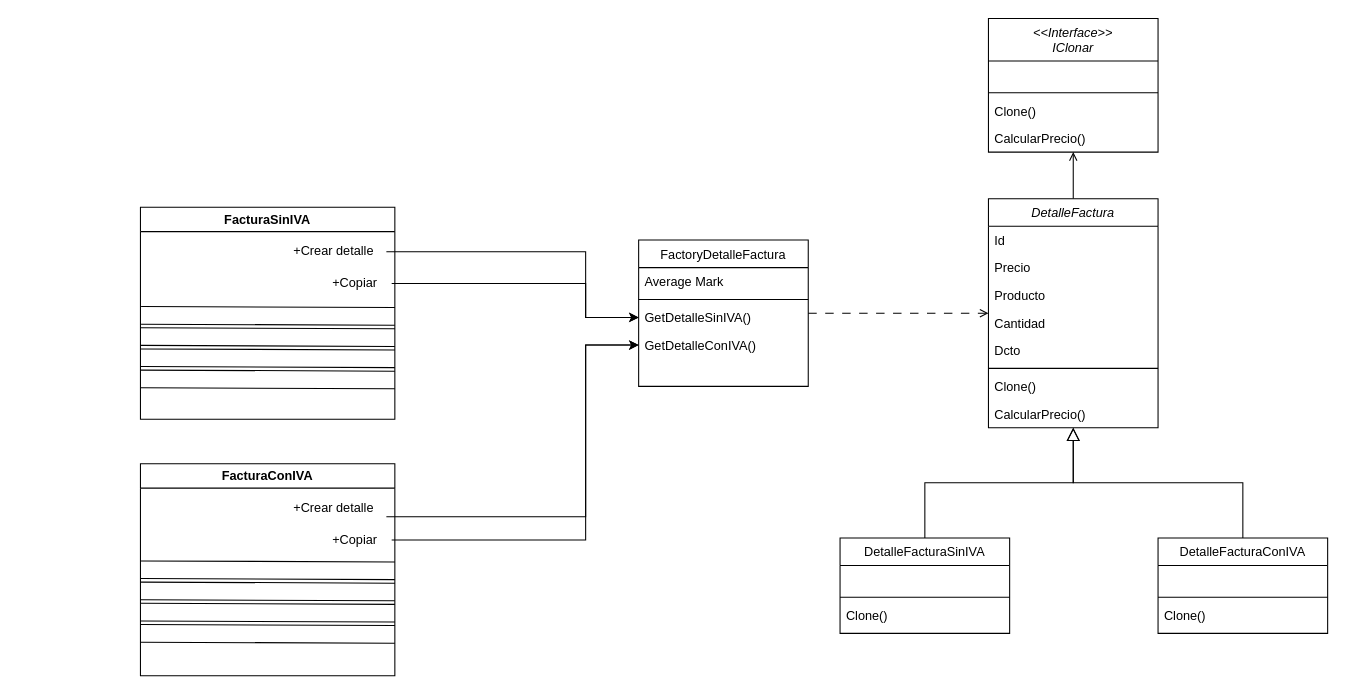
david-med/archivos keeps this draw.io diagram as PrototypeExample.drawio. Above is the earlier version. Source tidied: cells renumbered, new cells numbered last; positions are measured from the earlier drawing's top-left corner, leaving out a move shared by most shapes. Both pictures are drawn from the tidied source at 106%, with x=0, y=0 at pixel (140, 18).
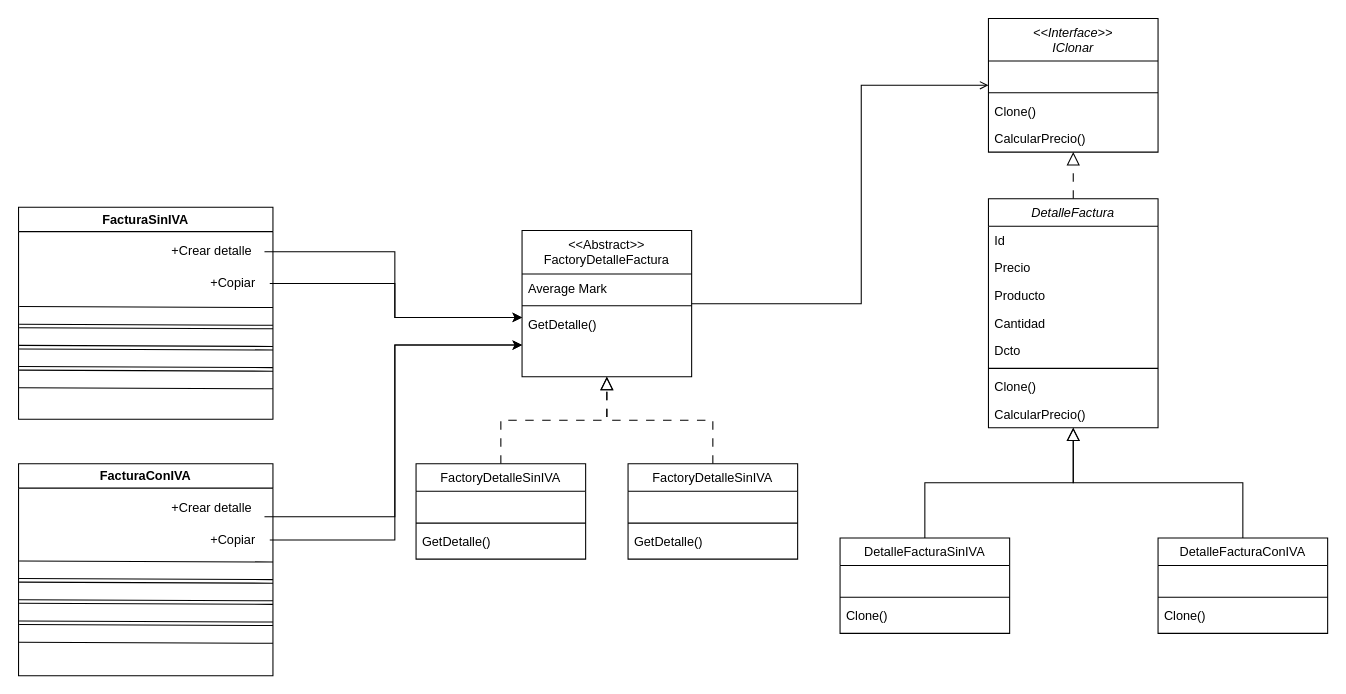
The same page after the edit.

The change refers to these unchanged cells:
```xml
<mxCell id="3" value="DetalleFactura" style="swimlane;fontStyle=2;align=center;verticalAlign=top;horizontal=1;startSize=26;rounded=0;shadow=0;strokeWidth=1;" parent="1" vertex="1">
  <mxGeometry x="800" y="170" width="160" height="216" as="geometry" />
</mxCell>
<mxCell id="23" value="&lt;&lt;Interface&gt;&gt;&#10;IClonar" style="swimlane;fontStyle=2;align=center;verticalAlign=top;horizontal=1;startSize=40;rounded=0;shadow=0;strokeWidth=1;swimlaneHead=1;" parent="1" vertex="1">
  <mxGeometry x="800" width="160" height="126" as="geometry" />
</mxCell>
<mxCell id="34" value="+Crear detalle" style="text;html=1;align=center;verticalAlign=middle;points=[];strokeColor=none;fillColor=none;" parent="33" vertex="1">
  <mxGeometry x="132" y="27" width="100" height="30" as="geometry" />
</mxCell>
<mxCell id="35" value="+Copiar" style="text;html=1;align=center;verticalAlign=middle;points=[];strokeColor=none;fillColor=none;" parent="33" vertex="1">
  <mxGeometry x="167" y="57" width="70" height="30" as="geometry" />
</mxCell>
<mxCell id="43" value="+Crear detalle" style="text;html=1;align=center;verticalAlign=middle;points=[];strokeColor=none;fillColor=none;" parent="42" vertex="1">
  <mxGeometry x="132" y="27" width="100" height="30" as="geometry" />
</mxCell>
<mxCell id="44" value="+Copiar" style="text;html=1;align=center;verticalAlign=middle;points=[];strokeColor=none;fillColor=none;" parent="42" vertex="1">
  <mxGeometry x="167" y="57" width="70" height="30" as="geometry" />
</mxCell>
```

What changed in the source:
```diff
@@
-    <mxCell id="2" style="edgeStyle=orthogonalEdgeStyle;rounded=0;jettySize=auto;html=1;endArrow=open;endFill=0;" parent="1" edge="1" source="3" target="23">
+    <mxCell id="2" style="edgeStyle=orthogonalEdgeStyle;rounded=0;jettySize=auto;html=1;endArrow=block;endFill=0;dashed=1;dashPattern=8 8;endSize=10;" parent="1" edge="1" source="3" target="23">
       <mxGeometry relative="1" as="geometry" />
     </mxCell>
@@
-    <mxCell id="12" style="edgeStyle=orthogonalEdgeStyle;rounded=0;jettySize=auto;html=1;endArrow=open;endFill=0;dashed=1;dashPattern=8 8;" parent="1" edge="1" source="13" target="3">
-      <mxGeometry relative="1" as="geometry" />
+    <mxCell id="12" style="edgeStyle=orthogonalEdgeStyle;rounded=0;jettySize=auto;html=1;endArrow=open;endFill=0;" parent="1" edge="1" source="13" target="23">
+      <mxGeometry relative="1" as="geometry">
+        <Array as="points">
+          <mxPoint x="680" y="269" />
+          <mxPoint x="680" y="63" />
+        </Array>
+      </mxGeometry>
     </mxCell>
-    <mxCell id="13" value="FactoryDetalleFactura" style="swimlane;fontStyle=0;align=center;verticalAlign=top;horizontal=1;startSize=26;rounded=0;shadow=0;strokeWidth=1;" parent="1" vertex="1">
-      <mxGeometry x="470" y="209" width="160" height="138" as="geometry" />
+    <mxCell id="13" value="&lt;&lt;Abstract&gt;&gt;&#10;FactoryDetalleFactura" style="swimlane;fontStyle=0;align=center;verticalAlign=top;horizontal=1;startSize=41;rounded=0;shadow=0;strokeWidth=1;" parent="1" vertex="1">
+      <mxGeometry x="360" y="200" width="160" height="138" as="geometry" />
     </mxCell>
     <mxCell id="14" value="Average Mark" style="text;align=left;verticalAlign=top;spacingLeft=4;spacingRight=4;overflow=hidden;rounded=0;shadow=0;html=0;" parent="13" vertex="1">
-      <mxGeometry y="26" width="160" height="26" as="geometry" />
+      <mxGeometry y="41" width="160" height="26" as="geometry" />
     </mxCell>
     <mxCell id="15" style="line;html=1;strokeWidth=1;align=left;verticalAlign=middle;spacingTop=-1;spacingLeft=3;spacingRight=3;labelPosition=right;" parent="13" vertex="1">
-      <mxGeometry y="52" width="160" height="8" as="geometry" />
+      <mxGeometry y="67" width="160" height="8" as="geometry" />
     </mxCell>
-    <mxCell id="16" value="GetDetalleSinIVA()" style="text;align=left;verticalAlign=top;spacingLeft=4;spacingRight=4;overflow=hidden;points=[[0,0.5],[1,0.5]];portConstraint=eastwest;fontStyle=0;" parent="13" vertex="1">
-      <mxGeometry y="60" width="160" height="26" as="geometry" />
+    <mxCell id="16" value="GetDetalle()" style="text;align=left;verticalAlign=top;spacingLeft=4;spacingRight=4;overflow=hidden;points=[[0,0.5],[1,0.5]];portConstraint=eastwest;fontStyle=0;" parent="13" vertex="1">
+      <mxGeometry y="75" width="160" height="26" as="geometry" />
     </mxCell>
-    <mxCell id="17" value="GetDetalleConIVA()" style="text;align=left;verticalAlign=top;spacingLeft=4;spacingRight=4;overflow=hidden;points=[[0,0.5],[1,0.5]];portConstraint=eastwest;" parent="13" vertex="1">
-      <mxGeometry y="86" width="160" height="26" as="geometry" />
-    </mxCell>
@@
     <mxCell id="33" value="FacturaSinIVA" style="swimlane;whiteSpace=wrap;html=1;" parent="1" vertex="1">
-      <mxGeometry y="178" width="240" height="200" as="geometry" />
+      <mxGeometry x="-115" y="178" width="240" height="200" as="geometry" />
     </mxCell>
@@
     <mxCell id="40" style="edgeStyle=orthogonalEdgeStyle;rounded=0;jettySize=auto;html=1;" parent="1" edge="1" source="34" target="16">
       <mxGeometry relative="1" as="geometry">
         <Array as="points">
-          <mxPoint x="420" y="220" />
-          <mxPoint x="420" y="282" />
+          <mxPoint x="240" y="220" />
+          <mxPoint x="240" y="282" />
         </Array>
       </mxGeometry>
     </mxCell>
     <mxCell id="41" style="edgeStyle=orthogonalEdgeStyle;rounded=0;jettySize=auto;html=1;" parent="1" edge="1" source="35" target="16">
       <mxGeometry relative="1" as="geometry">
         <Array as="points">
-          <mxPoint x="420" y="250" />
-          <mxPoint x="420" y="282" />
+          <mxPoint x="240" y="250" />
+          <mxPoint x="240" y="282" />
         </Array>
       </mxGeometry>
     </mxCell>
     <mxCell id="42" value="FacturaConIVA" style="swimlane;whiteSpace=wrap;html=1;" parent="1" vertex="1">
-      <mxGeometry y="420" width="240" height="200" as="geometry" />
+      <mxGeometry x="-115" y="420" width="240" height="200" as="geometry" />
     </mxCell>
@@
-    <mxCell id="49" style="edgeStyle=orthogonalEdgeStyle;rounded=0;jettySize=auto;html=1;" parent="1" edge="1" source="43" target="17">
+    <mxCell id="49" style="edgeStyle=orthogonalEdgeStyle;rounded=0;jettySize=auto;html=1;" parent="1" edge="1" source="43">
       <mxGeometry relative="1" as="geometry">
+        <mxPoint x="360" y="308" as="targetPoint" />
         <Array as="points">
-          <mxPoint x="420" y="470" />
-          <mxPoint x="420" y="308" />
+          <mxPoint x="240" y="470" />
+          <mxPoint x="240" y="308" />
         </Array>
       </mxGeometry>
     </mxCell>
-    <mxCell id="50" style="edgeStyle=orthogonalEdgeStyle;rounded=0;jettySize=auto;html=1;" parent="1" edge="1" source="44" target="17">
+    <mxCell id="50" style="edgeStyle=orthogonalEdgeStyle;rounded=0;jettySize=auto;html=1;" parent="1" edge="1" source="44">
       <mxGeometry relative="1" as="geometry">
+        <mxPoint x="360" y="308" as="targetPoint" />
         <Array as="points">
-          <mxPoint x="420" y="492" />
-          <mxPoint x="420" y="308" />
+          <mxPoint x="240" y="492" />
+          <mxPoint x="240" y="308" />
         </Array>
       </mxGeometry>
     </mxCell>
+    <mxCell id="51" style="edgeStyle=orthogonalEdgeStyle;rounded=0;jettySize=auto;html=1;endArrow=block;endFill=0;endSize=10;dashed=1;dashPattern=8 8;" parent="1" edge="1" source="52" target="13">
+      <mxGeometry relative="1" as="geometry" />
+    </mxCell>
+    <mxCell id="52" value="FactoryDetalleSinIVA" style="swimlane;fontStyle=0;align=center;verticalAlign=top;horizontal=1;startSize=26;rounded=0;shadow=0;strokeWidth=1;" parent="1" vertex="1">
+      <mxGeometry x="460" y="420" width="160" height="90" as="geometry" />
+    </mxCell>
+    <mxCell id="53" value=" " style="text;align=left;verticalAlign=top;spacingLeft=4;spacingRight=4;overflow=hidden;rounded=0;shadow=0;html=0;" parent="52" vertex="1">
+      <mxGeometry y="26" width="160" height="26" as="geometry" />
+    </mxCell>
+    <mxCell id="54" style="line;html=1;strokeWidth=1;align=left;verticalAlign=middle;spacingTop=-1;spacingLeft=3;spacingRight=3;labelPosition=right;" parent="52" vertex="1">
+      <mxGeometry y="52" width="160" height="8" as="geometry" />
+    </mxCell>
+    <mxCell id="55" value="GetDetalle()" style="text;align=left;verticalAlign=top;spacingLeft=4;spacingRight=4;overflow=hidden;" parent="52" vertex="1">
+      <mxGeometry y="60" width="160" height="26" as="geometry" />
+    </mxCell>
+    <mxCell id="56" style="edgeStyle=orthogonalEdgeStyle;rounded=0;jettySize=auto;html=1;endArrow=block;endFill=0;endSize=10;dashed=1;dashPattern=8 8;" parent="1" edge="1" source="57" target="13">
+      <mxGeometry relative="1" as="geometry" />
+    </mxCell>
+    <mxCell id="57" value="FactoryDetalleSinIVA" style="swimlane;fontStyle=0;align=center;verticalAlign=top;horizontal=1;startSize=26;rounded=0;shadow=0;strokeWidth=1;" parent="1" vertex="1">
+      <mxGeometry x="260" y="420" width="160" height="90" as="geometry" />
+    </mxCell>
+    <mxCell id="58" value=" " style="text;align=left;verticalAlign=top;spacingLeft=4;spacingRight=4;overflow=hidden;rounded=0;shadow=0;html=0;" parent="57" vertex="1">
+      <mxGeometry y="26" width="160" height="26" as="geometry" />
+    </mxCell>
+    <mxCell id="59" style="line;html=1;strokeWidth=1;align=left;verticalAlign=middle;spacingTop=-1;spacingLeft=3;spacingRight=3;labelPosition=right;" parent="57" vertex="1">
+      <mxGeometry y="52" width="160" height="8" as="geometry" />
+    </mxCell>
+    <mxCell id="60" value="GetDetalle()" style="text;align=left;verticalAlign=top;spacingLeft=4;spacingRight=4;overflow=hidden;fontStyle=0;" parent="57" vertex="1">
+      <mxGeometry y="60" width="160" height="26" as="geometry" />
+    </mxCell>
```
